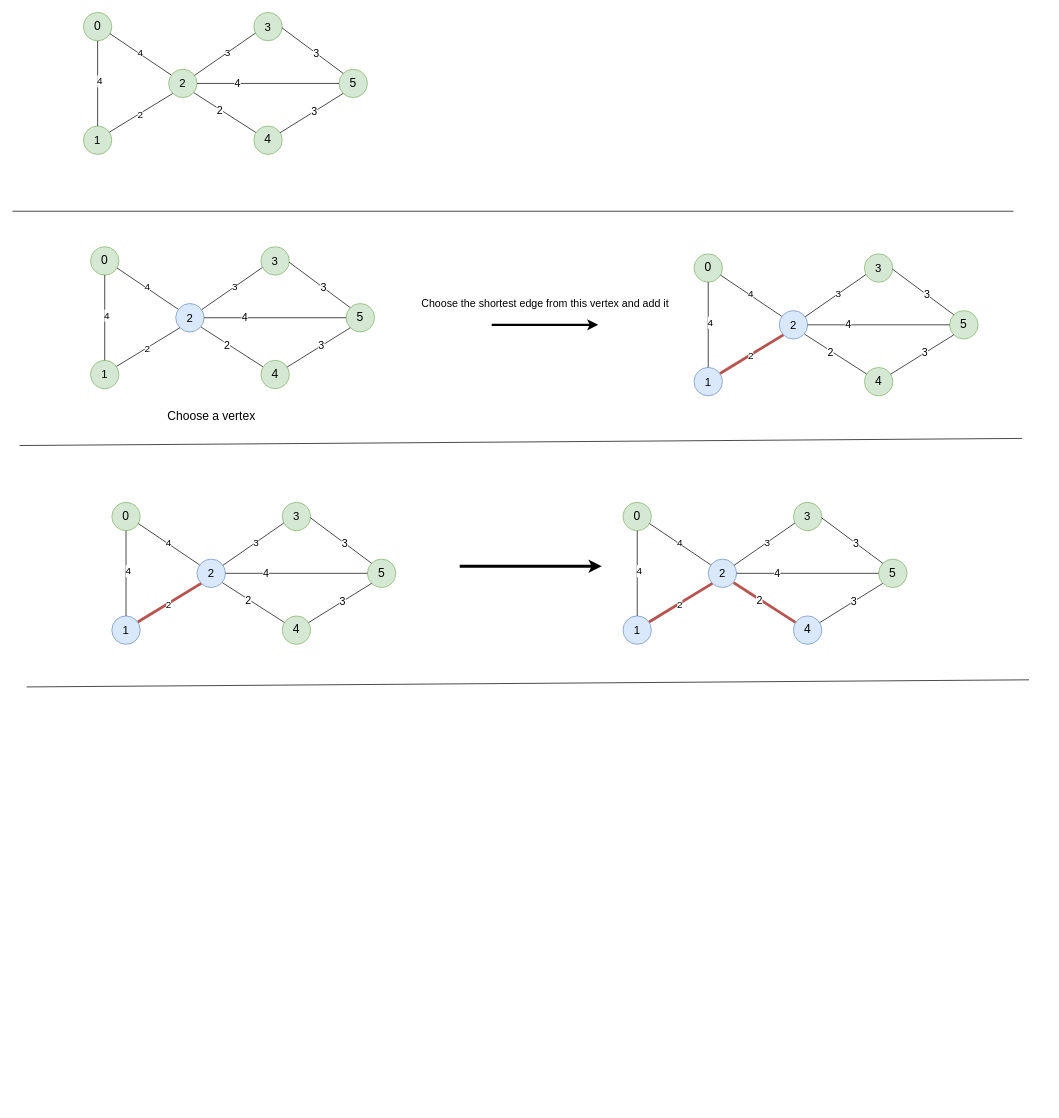
Above: prims.drawio in mahendra49/draw-io (draw.io), before the change. Source tidied: cells renumbered, new cells numbered last; positions are measured from the earlier drawing's top-left corner, leaving out a move shared by most shapes. Both pictures are drawn from the tidied source at 71%, with x=0, y=0 at pixel (12, 12).
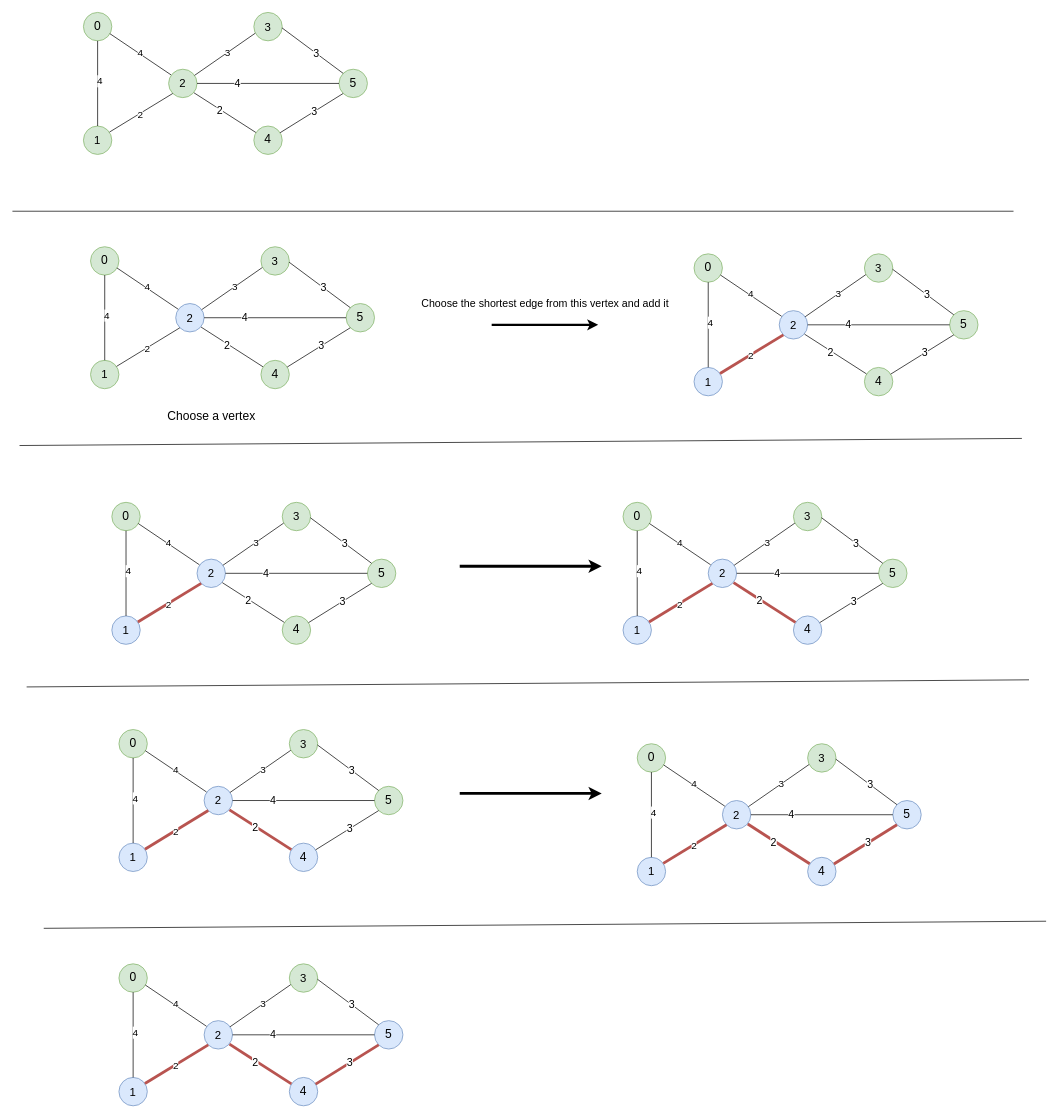
After the change.

Change to the diagram source:
```diff
@@
+    <mxCell id="119" value="&lt;font style=&quot;font-size: 17px&quot;&gt;0&lt;/font&gt;" style="ellipse;whiteSpace=wrap;html=1;fillColor=#d5e8d4;strokeColor=#82b366;" parent="1" vertex="1">
+      <mxGeometry x="150" y="1010" width="40" height="40" as="geometry" />
+    </mxCell>
+    <mxCell id="120" value="&lt;font style=&quot;font-size: 16px&quot;&gt;1&lt;/font&gt;" style="ellipse;whiteSpace=wrap;html=1;fillColor=#dae8fc;strokeColor=#6c8ebf;" parent="1" vertex="1">
+      <mxGeometry x="150" y="1170" width="40" height="40" as="geometry" />
+    </mxCell>
+    <mxCell id="121" value="&lt;font style=&quot;font-size: 16px&quot;&gt;2&lt;/font&gt;" style="ellipse;whiteSpace=wrap;html=1;fillColor=#dae8fc;strokeColor=#6c8ebf;" parent="1" vertex="1">
+      <mxGeometry x="270" y="1090" width="40" height="40" as="geometry" />
+    </mxCell>
+    <mxCell id="122" value="&lt;font style=&quot;font-size: 16px&quot;&gt;3&lt;/font&gt;" style="ellipse;whiteSpace=wrap;html=1;fillColor=#d5e8d4;strokeColor=#82b366;" parent="1" vertex="1">
+      <mxGeometry x="390" y="1010" width="40" height="40" as="geometry" />
+    </mxCell>
+    <mxCell id="123" value="&lt;font style=&quot;font-size: 17px&quot;&gt;5&lt;/font&gt;" style="ellipse;whiteSpace=wrap;html=1;fillColor=#d5e8d4;strokeColor=#82b366;" parent="1" vertex="1">
+      <mxGeometry x="510" y="1090" width="40" height="40" as="geometry" />
+    </mxCell>
+    <mxCell id="124" value="&lt;font style=&quot;font-size: 17px&quot;&gt;4&lt;/font&gt;" style="ellipse;whiteSpace=wrap;html=1;fillColor=#dae8fc;strokeColor=#6c8ebf;" parent="1" vertex="1">
+      <mxGeometry x="390" y="1170" width="40" height="40" as="geometry" />
+    </mxCell>
+    <mxCell id="125" style="endArrow=none;html=1;rounded=0;entryX=0.929;entryY=0.746;entryDx=0;entryDy=0;exitX=0.086;exitY=0.2;exitDx=0;exitDy=0;entryPerimeter=0;exitPerimeter=0;" parent="1" edge="1" source="121" target="119">
+      <mxGeometry relative="1" as="geometry" />
+    </mxCell>
+    <mxCell id="126" value="&lt;font style=&quot;font-size: 14px&quot;&gt;4&lt;/font&gt;" style="edgeLabel;html=1;align=center;verticalAlign=middle;" parent="125" vertex="1">
+      <mxGeometry x="0.03" y="-1" relative="1" as="geometry" />
+    </mxCell>
+    <mxCell id="127" style="endArrow=none;html=1;rounded=0;entryX=0.916;entryY=0.214;entryDx=0;entryDy=0;exitX=0;exitY=1;exitDx=0;exitDy=0;entryPerimeter=0;fillColor=#f8cecc;strokeColor=#b85450;strokeWidth=4;" parent="1" edge="1" source="121" target="120">
+      <mxGeometry relative="1" as="geometry" />
+    </mxCell>
+    <mxCell id="128" value="&lt;font style=&quot;font-size: 14px&quot;&gt;2&lt;/font&gt;" style="edgeLabel;html=1;align=center;verticalAlign=middle;" parent="127" vertex="1">
+      <mxGeometry x="0.05" y="1" relative="1" as="geometry" />
+    </mxCell>
+    <mxCell id="129" style="endArrow=none;html=1;rounded=0;entryX=0.5;entryY=1;entryDx=0;entryDy=0;exitX=0.5;exitY=0;exitDx=0;exitDy=0;" parent="1" edge="1" source="120" target="119">
+      <mxGeometry relative="1" as="geometry" />
+    </mxCell>
+    <mxCell id="130" value="&lt;font style=&quot;font-size: 14px&quot;&gt;4&lt;/font&gt;" style="edgeLabel;html=1;align=center;verticalAlign=middle;" parent="129" vertex="1">
+      <mxGeometry x="0.07" y="-1" relative="1" as="geometry">
+        <mxPoint x="1" as="offset" />
+      </mxGeometry>
+    </mxCell>
+    <mxCell id="131" style="endArrow=none;html=1;rounded=0;entryX=0;entryY=0.5;entryDx=0;entryDy=0;exitX=1;exitY=0.5;exitDx=0;exitDy=0;" parent="1" edge="1" source="121" target="123">
+      <mxGeometry relative="1" as="geometry" />
+    </mxCell>
+    <mxCell id="132" value="&lt;font style=&quot;font-size: 15px&quot;&gt;4&lt;/font&gt;" style="edgeLabel;html=1;align=center;verticalAlign=middle;" parent="131" vertex="1">
+      <mxGeometry x="-0.44" y="2" relative="1" as="geometry" />
+    </mxCell>
+    <mxCell id="133" style="endArrow=none;html=1;rounded=0;entryX=0.052;entryY=0.731;entryDx=0;entryDy=0;entryPerimeter=0;" parent="1" edge="1" source="121" target="122">
+      <mxGeometry relative="1" as="geometry" />
+    </mxCell>
+    <mxCell id="134" value="&lt;font style=&quot;font-size: 14px&quot;&gt;3&lt;/font&gt;" style="edgeLabel;html=1;align=center;verticalAlign=middle;" parent="133" vertex="1">
+      <mxGeometry x="0.08" relative="1" as="geometry" />
+    </mxCell>
+    <mxCell id="135" style="endArrow=none;html=1;rounded=0;entryX=0.073;entryY=0.228;entryDx=0;entryDy=0;entryPerimeter=0;exitX=0.892;exitY=0.829;exitDx=0;exitDy=0;exitPerimeter=0;fillColor=#f8cecc;strokeColor=#b85450;strokeWidth=4;" parent="1" edge="1" source="121" target="124">
+      <mxGeometry relative="1" as="geometry" />
+    </mxCell>
+    <mxCell id="136" value="&lt;font style=&quot;font-size: 15px&quot;&gt;2&lt;/font&gt;" style="edgeLabel;html=1;align=center;verticalAlign=middle;" parent="135" vertex="1">
+      <mxGeometry x="-0.17" y="-1" relative="1" as="geometry" />
+    </mxCell>
+    <mxCell id="137" style="endArrow=none;html=1;rounded=0;entryX=0;entryY=0;entryDx=0;entryDy=0;exitX=0.992;exitY=0.544;exitDx=0;exitDy=0;exitPerimeter=0;" parent="1" edge="1" source="122" target="123">
+      <mxGeometry relative="1" as="geometry" />
+    </mxCell>
+    <mxCell id="138" value="&lt;font style=&quot;font-size: 15px&quot;&gt;3&lt;/font&gt;" style="edgeLabel;html=1;align=center;verticalAlign=middle;" parent="137" vertex="1">
+      <mxGeometry x="0.09" y="1" relative="1" as="geometry" />
+    </mxCell>
+    <mxCell id="139" style="endArrow=none;html=1;rounded=0;entryX=0;entryY=1;entryDx=0;entryDy=0;" parent="1" edge="1" source="124" target="123">
+      <mxGeometry relative="1" as="geometry" />
+    </mxCell>
+    <mxCell id="140" value="&lt;font style=&quot;font-size: 15px&quot;&gt;3&lt;/font&gt;" style="edgeLabel;html=1;align=center;verticalAlign=middle;" parent="139" vertex="1">
+      <mxGeometry x="0.09" y="1" relative="1" as="geometry" />
+    </mxCell>
+    <mxCell id="141" style="endArrow=classic;html=1;rounded=0;fontSize=15;strokeWidth=4;" parent="1" edge="1">
+      <mxGeometry relative="1" as="geometry">
+        <mxPoint x="630" y="1100" as="sourcePoint" />
+        <mxPoint x="830" y="1100" as="targetPoint" />
+      </mxGeometry>
+    </mxCell>
+    <mxCell id="142" value="&lt;font style=&quot;font-size: 17px&quot;&gt;0&lt;/font&gt;" style="ellipse;whiteSpace=wrap;html=1;fillColor=#d5e8d4;strokeColor=#82b366;" parent="1" vertex="1">
+      <mxGeometry x="880" y="1030" width="40" height="40" as="geometry" />
+    </mxCell>
+    <mxCell id="143" value="&lt;font style=&quot;font-size: 16px&quot;&gt;1&lt;/font&gt;" style="ellipse;whiteSpace=wrap;html=1;fillColor=#dae8fc;strokeColor=#6c8ebf;" parent="1" vertex="1">
+      <mxGeometry x="880" y="1190" width="40" height="40" as="geometry" />
+    </mxCell>
+    <mxCell id="144" value="&lt;font style=&quot;font-size: 16px&quot;&gt;2&lt;/font&gt;" style="ellipse;whiteSpace=wrap;html=1;fillColor=#dae8fc;strokeColor=#6c8ebf;" parent="1" vertex="1">
+      <mxGeometry x="1000" y="1110" width="40" height="40" as="geometry" />
+    </mxCell>
+    <mxCell id="145" value="&lt;font style=&quot;font-size: 16px&quot;&gt;3&lt;/font&gt;" style="ellipse;whiteSpace=wrap;html=1;fillColor=#d5e8d4;strokeColor=#82b366;" parent="1" vertex="1">
+      <mxGeometry x="1120" y="1030" width="40" height="40" as="geometry" />
+    </mxCell>
+    <mxCell id="146" value="&lt;font style=&quot;font-size: 17px&quot;&gt;5&lt;/font&gt;" style="ellipse;whiteSpace=wrap;html=1;fillColor=#dae8fc;strokeColor=#6c8ebf;" parent="1" vertex="1">
+      <mxGeometry x="1240" y="1110" width="40" height="40" as="geometry" />
+    </mxCell>
+    <mxCell id="147" value="&lt;font style=&quot;font-size: 17px&quot;&gt;4&lt;/font&gt;" style="ellipse;whiteSpace=wrap;html=1;fillColor=#dae8fc;strokeColor=#6c8ebf;" parent="1" vertex="1">
+      <mxGeometry x="1120" y="1190" width="40" height="40" as="geometry" />
+    </mxCell>
+    <mxCell id="148" style="endArrow=none;html=1;rounded=0;entryX=0.929;entryY=0.746;entryDx=0;entryDy=0;exitX=0.086;exitY=0.2;exitDx=0;exitDy=0;entryPerimeter=0;exitPerimeter=0;" parent="1" edge="1" source="144" target="142">
+      <mxGeometry relative="1" as="geometry" />
+    </mxCell>
+    <mxCell id="149" value="&lt;font style=&quot;font-size: 14px&quot;&gt;4&lt;/font&gt;" style="edgeLabel;html=1;align=center;verticalAlign=middle;" parent="148" vertex="1">
+      <mxGeometry x="0.03" y="-1" relative="1" as="geometry" />
+    </mxCell>
+    <mxCell id="150" style="endArrow=none;html=1;rounded=0;entryX=0.916;entryY=0.214;entryDx=0;entryDy=0;exitX=0;exitY=1;exitDx=0;exitDy=0;entryPerimeter=0;fillColor=#f8cecc;strokeColor=#b85450;strokeWidth=4;" parent="1" edge="1" source="144" target="143">
+      <mxGeometry relative="1" as="geometry" />
+    </mxCell>
+    <mxCell id="151" value="&lt;font style=&quot;font-size: 14px&quot;&gt;2&lt;/font&gt;" style="edgeLabel;html=1;align=center;verticalAlign=middle;" parent="150" vertex="1">
+      <mxGeometry x="0.05" y="1" relative="1" as="geometry" />
+    </mxCell>
+    <mxCell id="152" style="endArrow=none;html=1;rounded=0;entryX=0.5;entryY=1;entryDx=0;entryDy=0;exitX=0.5;exitY=0;exitDx=0;exitDy=0;" parent="1" edge="1" source="143" target="142">
+      <mxGeometry relative="1" as="geometry" />
+    </mxCell>
+    <mxCell id="153" value="&lt;font style=&quot;font-size: 14px&quot;&gt;4&lt;/font&gt;" style="edgeLabel;html=1;align=center;verticalAlign=middle;" parent="152" vertex="1">
+      <mxGeometry x="0.07" y="-1" relative="1" as="geometry">
+        <mxPoint x="1" as="offset" />
+      </mxGeometry>
+    </mxCell>
+    <mxCell id="154" style="endArrow=none;html=1;rounded=0;entryX=0;entryY=0.5;entryDx=0;entryDy=0;exitX=1;exitY=0.5;exitDx=0;exitDy=0;" parent="1" edge="1" source="144" target="146">
+      <mxGeometry relative="1" as="geometry" />
+    </mxCell>
+    <mxCell id="155" value="&lt;font style=&quot;font-size: 15px&quot;&gt;4&lt;/font&gt;" style="edgeLabel;html=1;align=center;verticalAlign=middle;" parent="154" vertex="1">
+      <mxGeometry x="-0.44" y="2" relative="1" as="geometry" />
+    </mxCell>
+    <mxCell id="156" style="endArrow=none;html=1;rounded=0;entryX=0.052;entryY=0.731;entryDx=0;entryDy=0;entryPerimeter=0;" parent="1" edge="1" source="144" target="145">
+      <mxGeometry relative="1" as="geometry" />
+    </mxCell>
+    <mxCell id="157" value="&lt;font style=&quot;font-size: 14px&quot;&gt;3&lt;/font&gt;" style="edgeLabel;html=1;align=center;verticalAlign=middle;" parent="156" vertex="1">
+      <mxGeometry x="0.08" relative="1" as="geometry" />
+    </mxCell>
+    <mxCell id="158" style="endArrow=none;html=1;rounded=0;entryX=0.073;entryY=0.228;entryDx=0;entryDy=0;entryPerimeter=0;exitX=0.892;exitY=0.829;exitDx=0;exitDy=0;exitPerimeter=0;fillColor=#f8cecc;strokeColor=#b85450;strokeWidth=4;" parent="1" edge="1" source="144" target="147">
+      <mxGeometry relative="1" as="geometry" />
+    </mxCell>
+    <mxCell id="159" value="&lt;font style=&quot;font-size: 15px&quot;&gt;2&lt;/font&gt;" style="edgeLabel;html=1;align=center;verticalAlign=middle;" parent="158" vertex="1">
+      <mxGeometry x="-0.17" y="-1" relative="1" as="geometry" />
+    </mxCell>
+    <mxCell id="160" style="endArrow=none;html=1;rounded=0;entryX=0;entryY=0;entryDx=0;entryDy=0;exitX=0.992;exitY=0.544;exitDx=0;exitDy=0;exitPerimeter=0;" parent="1" edge="1" source="145" target="146">
+      <mxGeometry relative="1" as="geometry" />
+    </mxCell>
+    <mxCell id="161" value="&lt;font style=&quot;font-size: 15px&quot;&gt;3&lt;/font&gt;" style="edgeLabel;html=1;align=center;verticalAlign=middle;" parent="160" vertex="1">
+      <mxGeometry x="0.09" y="1" relative="1" as="geometry" />
+    </mxCell>
+    <mxCell id="162" style="endArrow=none;html=1;rounded=0;entryX=0;entryY=1;entryDx=0;entryDy=0;fillColor=#f8cecc;strokeColor=#b85450;strokeWidth=4;" parent="1" edge="1" source="147" target="146">
+      <mxGeometry relative="1" as="geometry" />
+    </mxCell>
+    <mxCell id="163" value="&lt;font style=&quot;font-size: 15px&quot;&gt;3&lt;/font&gt;" style="edgeLabel;html=1;align=center;verticalAlign=middle;" parent="162" vertex="1">
+      <mxGeometry x="0.09" y="1" relative="1" as="geometry" />
+    </mxCell>
+    <mxCell id="164" style="endArrow=none;html=1;rounded=0;fontSize=17;" parent="1" edge="1">
+      <mxGeometry relative="1" as="geometry">
+        <mxPoint x="44.1" y="1290" as="sourcePoint" />
+        <mxPoint x="1455.9" y="1280" as="targetPoint" />
+      </mxGeometry>
+    </mxCell>
+    <mxCell id="165" value="&lt;font style=&quot;font-size: 17px&quot;&gt;0&lt;/font&gt;" style="ellipse;whiteSpace=wrap;html=1;fillColor=#d5e8d4;strokeColor=#82b366;" parent="1" vertex="1">
+      <mxGeometry x="150" y="1340" width="40" height="40" as="geometry" />
+    </mxCell>
+    <mxCell id="166" value="&lt;font style=&quot;font-size: 16px&quot;&gt;1&lt;/font&gt;" style="ellipse;whiteSpace=wrap;html=1;fillColor=#dae8fc;strokeColor=#6c8ebf;" parent="1" vertex="1">
+      <mxGeometry x="150" y="1500" width="40" height="40" as="geometry" />
+    </mxCell>
+    <mxCell id="167" value="&lt;font style=&quot;font-size: 16px&quot;&gt;2&lt;/font&gt;" style="ellipse;whiteSpace=wrap;html=1;fillColor=#dae8fc;strokeColor=#6c8ebf;" parent="1" vertex="1">
+      <mxGeometry x="270" y="1420" width="40" height="40" as="geometry" />
+    </mxCell>
+    <mxCell id="168" value="&lt;font style=&quot;font-size: 16px&quot;&gt;3&lt;/font&gt;" style="ellipse;whiteSpace=wrap;html=1;fillColor=#d5e8d4;strokeColor=#82b366;" parent="1" vertex="1">
+      <mxGeometry x="390" y="1340" width="40" height="40" as="geometry" />
+    </mxCell>
+    <mxCell id="169" value="&lt;font style=&quot;font-size: 17px&quot;&gt;5&lt;/font&gt;" style="ellipse;whiteSpace=wrap;html=1;fillColor=#dae8fc;strokeColor=#6c8ebf;" parent="1" vertex="1">
+      <mxGeometry x="510" y="1420" width="40" height="40" as="geometry" />
+    </mxCell>
+    <mxCell id="170" value="&lt;font style=&quot;font-size: 17px&quot;&gt;4&lt;/font&gt;" style="ellipse;whiteSpace=wrap;html=1;fillColor=#dae8fc;strokeColor=#6c8ebf;" parent="1" vertex="1">
+      <mxGeometry x="390" y="1500" width="40" height="40" as="geometry" />
+    </mxCell>
+    <mxCell id="171" style="endArrow=none;html=1;rounded=0;entryX=0.929;entryY=0.746;entryDx=0;entryDy=0;exitX=0.086;exitY=0.2;exitDx=0;exitDy=0;entryPerimeter=0;exitPerimeter=0;" parent="1" edge="1" source="167" target="165">
+      <mxGeometry relative="1" as="geometry" />
+    </mxCell>
+    <mxCell id="172" value="&lt;font style=&quot;font-size: 14px&quot;&gt;4&lt;/font&gt;" style="edgeLabel;html=1;align=center;verticalAlign=middle;" parent="171" vertex="1">
+      <mxGeometry x="0.03" y="-1" relative="1" as="geometry" />
+    </mxCell>
+    <mxCell id="173" style="endArrow=none;html=1;rounded=0;entryX=0.916;entryY=0.214;entryDx=0;entryDy=0;exitX=0;exitY=1;exitDx=0;exitDy=0;entryPerimeter=0;fillColor=#f8cecc;strokeColor=#b85450;strokeWidth=4;" parent="1" edge="1" source="167" target="166">
+      <mxGeometry relative="1" as="geometry" />
+    </mxCell>
+    <mxCell id="174" value="&lt;font style=&quot;font-size: 14px&quot;&gt;2&lt;/font&gt;" style="edgeLabel;html=1;align=center;verticalAlign=middle;" parent="173" vertex="1">
+      <mxGeometry x="0.05" y="1" relative="1" as="geometry" />
+    </mxCell>
+    <mxCell id="175" style="endArrow=none;html=1;rounded=0;entryX=0.5;entryY=1;entryDx=0;entryDy=0;exitX=0.5;exitY=0;exitDx=0;exitDy=0;" parent="1" edge="1" source="166" target="165">
+      <mxGeometry relative="1" as="geometry" />
+    </mxCell>
+    <mxCell id="176" value="&lt;font style=&quot;font-size: 14px&quot;&gt;4&lt;/font&gt;" style="edgeLabel;html=1;align=center;verticalAlign=middle;" parent="175" vertex="1">
+      <mxGeometry x="0.07" y="-1" relative="1" as="geometry">
+        <mxPoint x="1" as="offset" />
+      </mxGeometry>
+    </mxCell>
+    <mxCell id="177" style="endArrow=none;html=1;rounded=0;entryX=0;entryY=0.5;entryDx=0;entryDy=0;exitX=1;exitY=0.5;exitDx=0;exitDy=0;" parent="1" edge="1" source="167" target="169">
+      <mxGeometry relative="1" as="geometry" />
+    </mxCell>
+    <mxCell id="178" value="&lt;font style=&quot;font-size: 15px&quot;&gt;4&lt;/font&gt;" style="edgeLabel;html=1;align=center;verticalAlign=middle;" parent="177" vertex="1">
+      <mxGeometry x="-0.44" y="2" relative="1" as="geometry" />
+    </mxCell>
+    <mxCell id="179" style="endArrow=none;html=1;rounded=0;entryX=0.052;entryY=0.731;entryDx=0;entryDy=0;entryPerimeter=0;" parent="1" edge="1" source="167" target="168">
+      <mxGeometry relative="1" as="geometry" />
+    </mxCell>
+    <mxCell id="180" value="&lt;font style=&quot;font-size: 14px&quot;&gt;3&lt;/font&gt;" style="edgeLabel;html=1;align=center;verticalAlign=middle;" parent="179" vertex="1">
+      <mxGeometry x="0.08" relative="1" as="geometry" />
+    </mxCell>
+    <mxCell id="181" style="endArrow=none;html=1;rounded=0;entryX=0.073;entryY=0.228;entryDx=0;entryDy=0;entryPerimeter=0;exitX=0.892;exitY=0.829;exitDx=0;exitDy=0;exitPerimeter=0;fillColor=#f8cecc;strokeColor=#b85450;strokeWidth=4;" parent="1" edge="1" source="167" target="170">
+      <mxGeometry relative="1" as="geometry" />
+    </mxCell>
+    <mxCell id="182" value="&lt;font style=&quot;font-size: 15px&quot;&gt;2&lt;/font&gt;" style="edgeLabel;html=1;align=center;verticalAlign=middle;" parent="181" vertex="1">
+      <mxGeometry x="-0.17" y="-1" relative="1" as="geometry" />
+    </mxCell>
+    <mxCell id="183" style="endArrow=none;html=1;rounded=0;entryX=0;entryY=0;entryDx=0;entryDy=0;exitX=0.992;exitY=0.544;exitDx=0;exitDy=0;exitPerimeter=0;" parent="1" edge="1" source="168" target="169">
+      <mxGeometry relative="1" as="geometry" />
+    </mxCell>
+    <mxCell id="184" value="&lt;font style=&quot;font-size: 15px&quot;&gt;3&lt;/font&gt;" style="edgeLabel;html=1;align=center;verticalAlign=middle;" parent="183" vertex="1">
+      <mxGeometry x="0.09" y="1" relative="1" as="geometry" />
+    </mxCell>
+    <mxCell id="185" style="endArrow=none;html=1;rounded=0;entryX=0;entryY=1;entryDx=0;entryDy=0;fillColor=#f8cecc;strokeColor=#b85450;strokeWidth=4;" parent="1" edge="1" source="170" target="169">
+      <mxGeometry relative="1" as="geometry" />
+    </mxCell>
+    <mxCell id="186" value="&lt;font style=&quot;font-size: 15px&quot;&gt;3&lt;/font&gt;" style="edgeLabel;html=1;align=center;verticalAlign=middle;" parent="185" vertex="1">
+      <mxGeometry x="0.09" y="1" relative="1" as="geometry" />
+    </mxCell>
```
